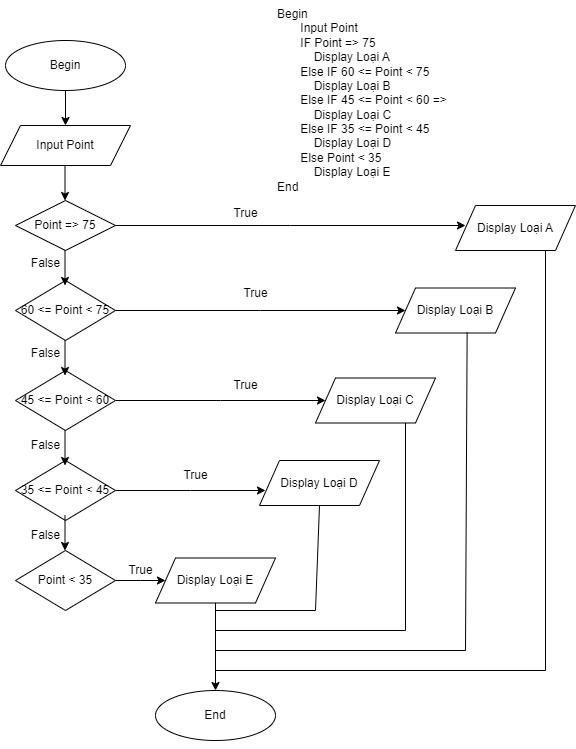
Before: ss4_MoTaThuatToanBangPseudoCode&Flowchart/BaiTap/DiemXepLoai.drawio.png, a diagram exported from draw.io (NguyenDung2211-nd/CO924G1-NguyenDung). Source tidied: cells renumbered, new cells last; positions are measured from the earlier drawing's top-left corner, leaving out a move shared by most shapes.
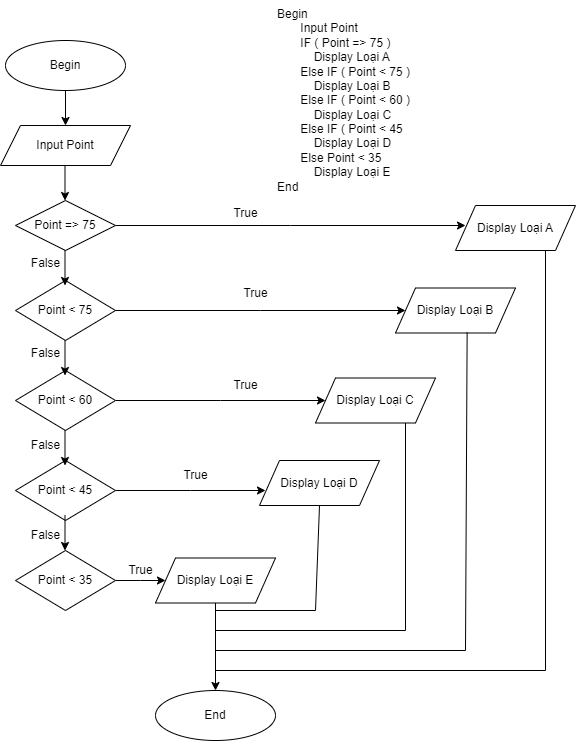
After the commit.

The edit, as a diff of the source:
```diff
@@ -2,8 +2,8 @@
   <root>
     <mxCell id="0" />
     <mxCell id="1" parent="0" />
-    <mxCell id="2" value="Begin&lt;div&gt;&amp;nbsp; &amp;nbsp; &amp;nbsp; &amp;nbsp;Input Point&lt;/div&gt;&lt;div&gt;&amp;nbsp; &amp;nbsp; &amp;nbsp; &amp;nbsp;IF Point =&amp;gt; 75&amp;nbsp;&lt;/div&gt;&lt;div&gt;&amp;nbsp; &amp;nbsp; &amp;nbsp; &amp;nbsp; &amp;nbsp; &amp;nbsp;Display Loại A&lt;/div&gt;&lt;div&gt;&amp;nbsp; &amp;nbsp; &amp;nbsp; &amp;nbsp;Else&amp;nbsp;&lt;span style=&quot;background-color: initial;&quot;&gt;IF 60 &amp;lt;= Point &amp;lt; 75&amp;nbsp;&amp;nbsp;&lt;/span&gt;&lt;/div&gt;&lt;div&gt;&amp;nbsp; &amp;nbsp; &amp;nbsp; &amp;nbsp; &amp;nbsp; &amp;nbsp;Display Loại B&lt;/div&gt;&lt;div&gt;&amp;nbsp; &amp;nbsp; &amp;nbsp; &amp;nbsp;Else&amp;nbsp;&lt;span style=&quot;background-color: initial;&quot;&gt;IF 45 &amp;lt;= Point &amp;lt; 60 =&amp;gt;&amp;nbsp;&amp;nbsp;&lt;/span&gt;&lt;/div&gt;&lt;div&gt;&amp;nbsp; &amp;nbsp; &amp;nbsp; &amp;nbsp; &amp;nbsp; &amp;nbsp;Display Loại C&lt;/div&gt;&lt;div&gt;&amp;nbsp; &amp;nbsp; &amp;nbsp; &amp;nbsp;Else&amp;nbsp;&lt;span style=&quot;background-color: initial;&quot;&gt;IF 35 &amp;lt;= Point &amp;lt; 45&amp;nbsp;&lt;/span&gt;&lt;/div&gt;&lt;div&gt;&amp;nbsp; &amp;nbsp; &amp;nbsp; &amp;nbsp; &amp;nbsp; &amp;nbsp;Display Loại D&lt;/div&gt;&lt;div&gt;&amp;nbsp; &amp;nbsp; &amp;nbsp; &amp;nbsp;Else Point &amp;lt; 35&lt;/div&gt;&lt;div&gt;&amp;nbsp; &amp;nbsp; &amp;nbsp; &amp;nbsp; &amp;nbsp; &amp;nbsp;Display Loại E&lt;/div&gt;&lt;div&gt;End&lt;/div&gt;" style="text;html=1;align=left;verticalAlign=middle;strokeColor=none;fillColor=none;" parent="1" vertex="1">
-      <mxGeometry x="275" width="200" height="200" as="geometry" />
+    <mxCell id="2" value="Begin&lt;div&gt;&amp;nbsp; &amp;nbsp; &amp;nbsp; &amp;nbsp;Input Point&lt;/div&gt;&lt;div&gt;&amp;nbsp; &amp;nbsp; &amp;nbsp; &amp;nbsp;IF ( Point =&amp;gt; 75 )&amp;nbsp;&lt;/div&gt;&lt;div&gt;&amp;nbsp; &amp;nbsp; &amp;nbsp; &amp;nbsp; &amp;nbsp; &amp;nbsp;Display Loại A&lt;/div&gt;&lt;div&gt;&amp;nbsp; &amp;nbsp; &amp;nbsp; &amp;nbsp;Else&amp;nbsp;&lt;span style=&quot;background-color: initial;&quot;&gt;IF ( Point &amp;lt; 75 )&amp;nbsp;&amp;nbsp;&lt;/span&gt;&lt;/div&gt;&lt;div&gt;&amp;nbsp; &amp;nbsp; &amp;nbsp; &amp;nbsp; &amp;nbsp; &amp;nbsp;Display Loại B&lt;/div&gt;&lt;div&gt;&amp;nbsp; &amp;nbsp; &amp;nbsp; &amp;nbsp;Else&amp;nbsp;&lt;span style=&quot;background-color: initial;&quot;&gt;IF ( Point &amp;lt; 60 )&amp;nbsp;&amp;nbsp;&lt;/span&gt;&lt;/div&gt;&lt;div&gt;&amp;nbsp; &amp;nbsp; &amp;nbsp; &amp;nbsp; &amp;nbsp; &amp;nbsp;Display Loại C&lt;/div&gt;&lt;div&gt;&amp;nbsp; &amp;nbsp; &amp;nbsp; &amp;nbsp;Else&amp;nbsp;&lt;span style=&quot;background-color: initial;&quot;&gt;IF ( Point &amp;lt; 45&amp;nbsp;&lt;/span&gt;&lt;/div&gt;&lt;div&gt;&amp;nbsp; &amp;nbsp; &amp;nbsp; &amp;nbsp; &amp;nbsp; &amp;nbsp;Display Loại D&lt;/div&gt;&lt;div&gt;&amp;nbsp; &amp;nbsp; &amp;nbsp; &amp;nbsp;Else Point &amp;lt; 35&lt;/div&gt;&lt;div&gt;&amp;nbsp; &amp;nbsp; &amp;nbsp; &amp;nbsp; &amp;nbsp; &amp;nbsp;Display Loại E&lt;/div&gt;&lt;div&gt;End&lt;/div&gt;" style="text;html=1;align=left;verticalAlign=middle;strokeColor=none;fillColor=none;" parent="1" vertex="1">
+      <mxGeometry x="275" width="160" height="200" as="geometry" />
     </mxCell>
     <mxCell id="3" value="Begin" style="ellipse;whiteSpace=wrap;html=1;" parent="1" vertex="1">
       <mxGeometry x="5" y="40" width="120" height="50" as="geometry" />
@@ -27,7 +27,7 @@
         <mxPoint x="405" y="310" as="targetPoint" />
       </mxGeometry>
     </mxCell>
-    <mxCell id="9" value="60 &amp;lt;= Point &amp;lt; 75" style="rhombus;whiteSpace=wrap;html=1;" parent="1" vertex="1">
+    <mxCell id="9" value="Point &amp;lt; 75" style="rhombus;whiteSpace=wrap;html=1;" parent="1" vertex="1">
       <mxGeometry x="15" y="280" width="100" height="60" as="geometry" />
     </mxCell>
     <mxCell id="10" style="edgeStyle=orthogonalEdgeStyle;rounded=0;jettySize=auto;html=1;exitX=1;exitY=0.5;exitDx=0;exitDy=0;" parent="1" edge="1" source="11">
@@ -43,7 +43,7 @@
         <mxPoint x="325" y="400" as="targetPoint" />
       </mxGeometry>
     </mxCell>
-    <mxCell id="13" value="45 &amp;lt;= Point &amp;lt; 60" style="rhombus;whiteSpace=wrap;html=1;" parent="1" vertex="1">
+    <mxCell id="13" value="Point &amp;lt; 60" style="rhombus;whiteSpace=wrap;html=1;" parent="1" vertex="1">
       <mxGeometry x="15" y="370" width="100" height="60" as="geometry" />
     </mxCell>
     <mxCell id="14" style="edgeStyle=orthogonalEdgeStyle;rounded=0;jettySize=auto;html=1;exitX=1;exitY=0.5;exitDx=0;exitDy=0;" parent="1" edge="1" source="15">
@@ -51,7 +51,7 @@
         <mxPoint x="265" y="490" as="targetPoint" />
       </mxGeometry>
     </mxCell>
-    <mxCell id="15" value="35 &amp;lt;= Point &amp;lt; 45" style="rhombus;whiteSpace=wrap;html=1;" parent="1" vertex="1">
+    <mxCell id="15" value="Point &amp;lt; 45" style="rhombus;whiteSpace=wrap;html=1;" parent="1" vertex="1">
       <mxGeometry x="15" y="460" width="100" height="60" as="geometry" />
     </mxCell>
     <mxCell id="16" value="End" style="ellipse;whiteSpace=wrap;html=1;" parent="1" vertex="1">
```
